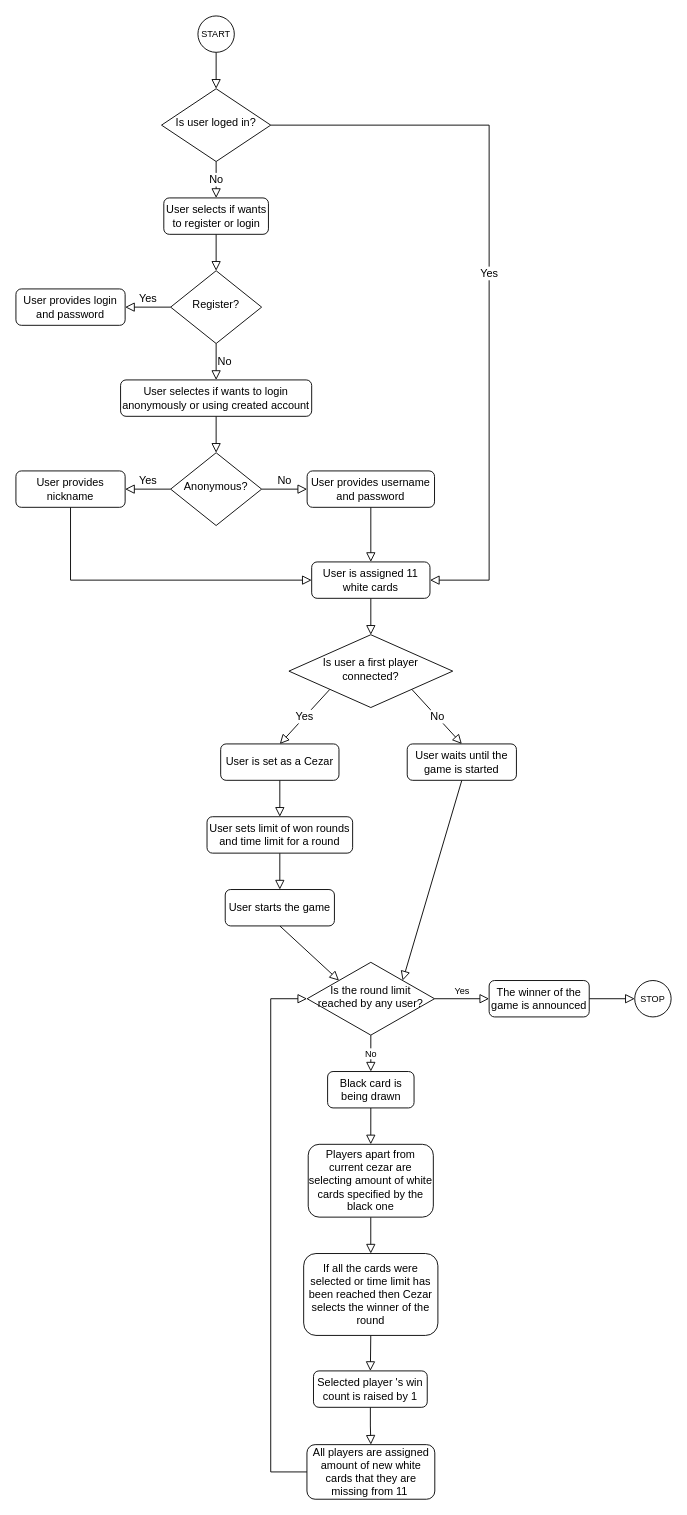
mateuszlapies/studia keeps this draw.io diagram as ztp/projekt/CAH.drawio. Above is the earlier version. Source tidied: cells renumbered, new cells numbered last; positions are measured from the earlier drawing's top-left corner, leaving out a move shared by most shapes. Both pictures are drawn from the tidied source at 91%, with x=0, y=0 at pixel (15, 15).
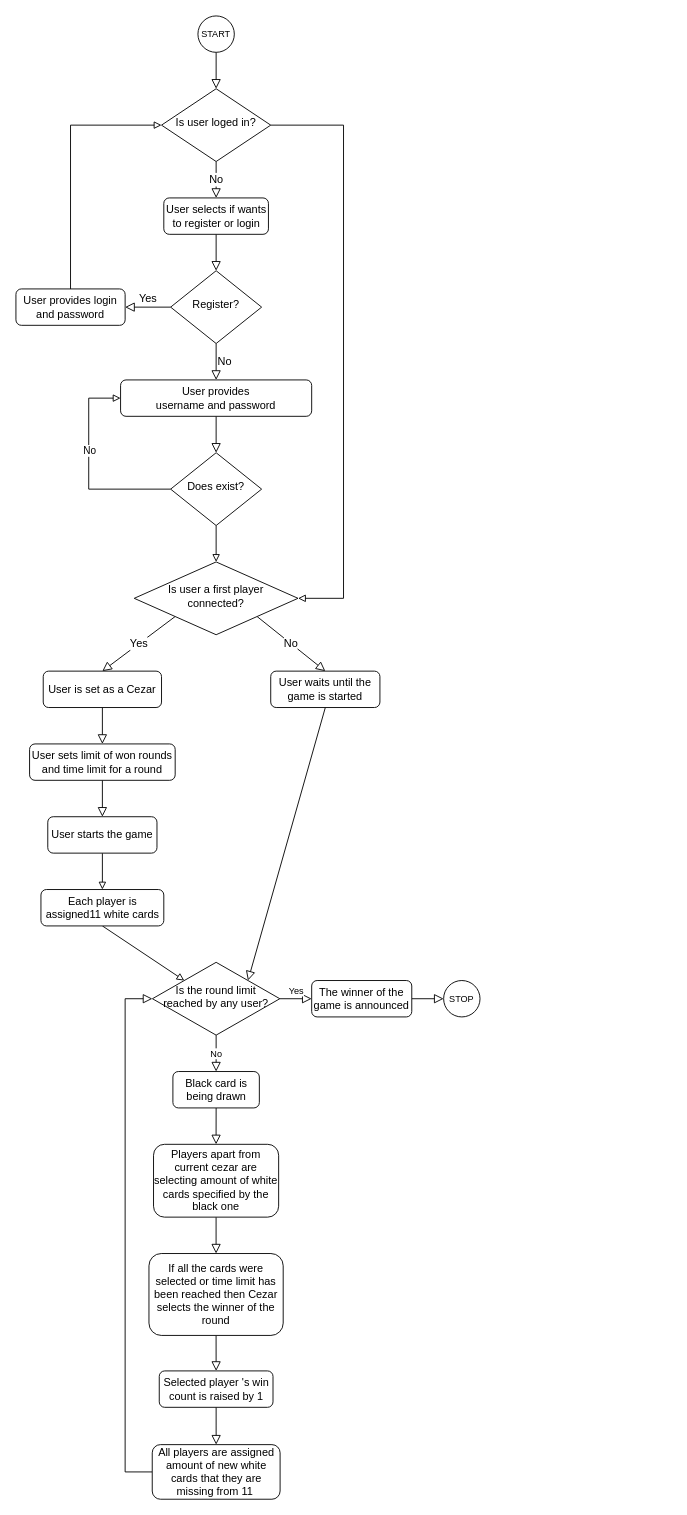
The same page after the edit.

Commit message:
ztp - projekt

CAH.drawio

Unchanged cells that the change refers to:
```xml
<mxCell id="6" value="Is user loged in?" style="rhombus;whiteSpace=wrap;html=1;shadow=0;fontFamily=Helvetica;fontSize=12;align=center;strokeWidth=1;spacing=6;spacingTop=-4;" parent="1" vertex="1">
  <mxGeometry x="160" y="80" width="120" height="80" as="geometry" />
</mxCell>
<mxCell id="12" value="User provides login and password" style="rounded=1;whiteSpace=wrap;html=1;fontSize=12;glass=0;strokeWidth=1;shadow=0;" parent="1" vertex="1">
  <mxGeometry y="300" width="120" height="40" as="geometry" />
</mxCell>
```

What changed in the source:
```diff
@@
-    <mxCell id="5" value="Yes" style="edgeStyle=orthogonalEdgeStyle;rounded=0;jettySize=auto;html=1;exitX=1;exitY=0.5;exitDx=0;exitDy=0;entryX=1;entryY=0.5;entryDx=0;entryDy=0;fontSize=12;endArrow=block;endFill=0;endSize=8;" parent="1" edge="1" source="6" target="30">
-      <mxGeometry relative="1" as="geometry">
-        <Array as="points">
-          <mxPoint x="520" y="120" />
-          <mxPoint x="520" y="620" />
-        </Array>
-      </mxGeometry>
-    </mxCell>
+    <mxCell id="51" style="edgeStyle=orthogonalEdgeStyle;rounded=0;jettySize=auto;html=1;exitX=1;exitY=0.5;exitDx=0;exitDy=0;entryX=1;entryY=0.5;entryDx=0;entryDy=0;endArrow=block;endFill=0;" parent="1" edge="1" source="6" target="24">
+      <mxGeometry relative="1" as="geometry">
+        <Array as="points">
+          <mxPoint x="360" y="120" />
+          <mxPoint x="360" y="640" />
+        </Array>
+      </mxGeometry>
+    </mxCell>
@@
+    <mxCell id="52" style="edgeStyle=orthogonalEdgeStyle;rounded=0;jettySize=auto;html=1;exitX=0.5;exitY=0;exitDx=0;exitDy=0;entryX=0;entryY=0.5;entryDx=0;entryDy=0;endArrow=block;endFill=0;" parent="1" edge="1" source="12" target="6">
+      <mxGeometry relative="1" as="geometry">
+        <Array as="points">
+          <mxPoint x="60" y="120" />
+        </Array>
+      </mxGeometry>
+    </mxCell>
@@
-    <mxCell id="13" style="edgeStyle=orthogonalEdgeStyle;rounded=0;jettySize=auto;html=1;exitX=0.5;exitY=1;exitDx=0;exitDy=0;entryX=0.5;entryY=0;entryDx=0;entryDy=0;fontSize=12;endArrow=block;endFill=0;endSize=8;" parent="1" edge="1" source="14" target="17">
+    <mxCell id="13" style="edgeStyle=orthogonalEdgeStyle;rounded=0;jettySize=auto;html=1;exitX=0.5;exitY=1;exitDx=0;exitDy=0;entryX=0.5;entryY=0;entryDx=0;entryDy=0;fontSize=12;endArrow=block;endFill=0;endSize=8;" parent="1" edge="1" source="14" target="56">
       <mxGeometry relative="1" as="geometry" />
     </mxCell>
-    <mxCell id="14" value="User selectes if wants to login anonymously or using created account" style="rounded=1;whiteSpace=wrap;html=1;fontSize=12;glass=0;strokeWidth=1;shadow=0;" parent="1" vertex="1">
+    <mxCell id="14" value="User provides &lt;br&gt;username and password" style="rounded=1;whiteSpace=wrap;html=1;fontSize=12;glass=0;strokeWidth=1;shadow=0;" parent="1" vertex="1">
       <mxGeometry x="115" y="400" width="210" height="40" as="geometry" />
     </mxCell>
-    <mxCell id="15" value="No" style="edgeStyle=orthogonalEdgeStyle;rounded=0;jettySize=auto;html=1;exitX=1;exitY=0.5;exitDx=0;exitDy=0;entryX=0;entryY=0.5;entryDx=0;entryDy=0;fontSize=12;endArrow=block;endFill=0;endSize=8;labelPosition=center;verticalLabelPosition=top;align=center;verticalAlign=bottom;" parent="1" edge="1" source="17" target="21">
-      <mxGeometry relative="1" as="geometry" />
-    </mxCell>
-    <mxCell id="16" value="Yes" style="edgeStyle=orthogonalEdgeStyle;rounded=0;jettySize=auto;html=1;exitX=0;exitY=0.5;exitDx=0;exitDy=0;entryX=1;entryY=0.5;entryDx=0;entryDy=0;fontSize=12;endArrow=block;endFill=0;endSize=8;labelPosition=center;verticalLabelPosition=top;align=center;verticalAlign=bottom;" parent="1" edge="1" source="17" target="19">
-      <mxGeometry relative="1" as="geometry" />
-    </mxCell>
-    <mxCell id="17" value="Anonymous?" style="rhombus;whiteSpace=wrap;html=1;shadow=0;fontFamily=Helvetica;fontSize=12;align=center;strokeWidth=1;spacing=6;spacingTop=-4;" parent="1" vertex="1">
-      <mxGeometry x="170" y="480" width="100" height="80" as="geometry" />
-    </mxCell>
-    <mxCell id="18" style="edgeStyle=orthogonalEdgeStyle;rounded=0;jettySize=auto;html=1;exitX=0.5;exitY=1;exitDx=0;exitDy=0;entryX=0;entryY=0.5;entryDx=0;entryDy=0;fontSize=12;endArrow=block;endFill=0;endSize=8;" parent="1" edge="1" source="19" target="30">
-      <mxGeometry relative="1" as="geometry" />
-    </mxCell>
-    <mxCell id="19" value="User provides nickname" style="rounded=1;whiteSpace=wrap;html=1;fontSize=12;glass=0;strokeWidth=1;shadow=0;" parent="1" vertex="1">
-      <mxGeometry y="500" width="120" height="40" as="geometry" />
-    </mxCell>
-    <mxCell id="20" style="edgeStyle=orthogonalEdgeStyle;rounded=0;jettySize=auto;html=1;exitX=0.5;exitY=1;exitDx=0;exitDy=0;entryX=0.5;entryY=0;entryDx=0;entryDy=0;fontSize=12;endArrow=block;endFill=0;endSize=8;" parent="1" edge="1" source="21" target="30">
-      <mxGeometry relative="1" as="geometry" />
-    </mxCell>
-    <mxCell id="21" value="User provides username and password" style="rounded=1;whiteSpace=wrap;html=1;fontSize=12;glass=0;strokeWidth=1;shadow=0;" parent="1" vertex="1">
-      <mxGeometry x="320" y="500" width="140" height="40" as="geometry" />
-    </mxCell>
@@
     <mxCell id="24" value="Is user a first player connected?" style="rhombus;whiteSpace=wrap;html=1;shadow=0;fontFamily=Helvetica;fontSize=12;align=center;strokeWidth=1;spacing=6;spacingTop=-4;verticalAlign=middle;" parent="1" vertex="1">
-      <mxGeometry x="300" y="680" width="180" height="80" as="geometry" />
+      <mxGeometry x="130" y="600" width="180" height="80" as="geometry" />
     </mxCell>
@@
     <mxCell id="26" value="User is set as a Cezar" style="rounded=1;whiteSpace=wrap;html=1;fontSize=12;" parent="1" vertex="1">
-      <mxGeometry x="225" y="800" width="130" height="40" as="geometry" />
+      <mxGeometry x="30" y="720" width="130" height="40" as="geometry" />
     </mxCell>
@@
     <mxCell id="28" value="User waits until the game is started" style="rounded=1;whiteSpace=wrap;html=1;fontSize=12;" parent="1" vertex="1">
-      <mxGeometry x="430" y="800" width="120" height="40" as="geometry" />
+      <mxGeometry x="280" y="720" width="120" height="40" as="geometry" />
     </mxCell>
-    <mxCell id="29" style="edgeStyle=orthogonalEdgeStyle;rounded=0;jettySize=auto;html=1;exitX=0.5;exitY=1;exitDx=0;exitDy=0;entryX=0.5;entryY=0;entryDx=0;entryDy=0;fontSize=12;endArrow=block;endFill=0;endSize=8;" parent="1" edge="1" source="30" target="24">
-      <mxGeometry relative="1" as="geometry" />
-    </mxCell>
-    <mxCell id="30" value="User is assigned 11 white cards" style="rounded=1;whiteSpace=wrap;html=1;fontSize=12;glass=0;strokeWidth=1;shadow=0;" parent="1" vertex="1">
-      <mxGeometry x="325" y="600" width="130" height="40" as="geometry" />
-    </mxCell>
@@
     <mxCell id="32" value="User sets limit of won rounds and time limit for a round" style="rounded=1;whiteSpace=wrap;html=1;fontSize=12;" parent="1" vertex="1">
-      <mxGeometry x="210" y="880" width="160" height="40" as="geometry" />
+      <mxGeometry x="15" y="800" width="160" height="40" as="geometry" />
     </mxCell>
-    <mxCell id="33" style="rounded=0;jettySize=auto;html=1;exitX=0.5;exitY=1;exitDx=0;exitDy=0;entryX=0;entryY=0;entryDx=0;entryDy=0;fontSize=12;endArrow=block;endFill=0;endSize=8;" parent="1" edge="1" source="34" target="37">
-      <mxGeometry relative="1" as="geometry" />
-    </mxCell>
+    <mxCell id="53" style="edgeStyle=orthogonalEdgeStyle;rounded=0;jettySize=auto;html=1;exitX=0.5;exitY=1;exitDx=0;exitDy=0;entryX=0.5;entryY=0;entryDx=0;entryDy=0;endArrow=block;endFill=0;" parent="1" edge="1" source="34" target="58">
+      <mxGeometry relative="1" as="geometry" />
+    </mxCell>
     <mxCell id="34" value="User starts the game" style="rounded=1;whiteSpace=wrap;html=1;fontSize=12;" parent="1" vertex="1">
-      <mxGeometry x="230" y="960" width="120" height="40" as="geometry" />
+      <mxGeometry x="35" y="880" width="120" height="40" as="geometry" />
     </mxCell>
@@
     <mxCell id="37" value="Is the round limit reached by any user?" style="rhombus;whiteSpace=wrap;html=1;shadow=0;fontFamily=Helvetica;fontSize=12;align=center;strokeWidth=1;spacing=6;spacingTop=-4;" parent="1" vertex="1">
-      <mxGeometry x="320" y="1040" width="140" height="80" as="geometry" />
+      <mxGeometry x="150" y="1040" width="140" height="80" as="geometry" />
     </mxCell>
@@
     <mxCell id="39" value="Black card is being drawn" style="rounded=1;whiteSpace=wrap;html=1;fontSize=12;verticalAlign=middle;" parent="1" vertex="1">
-      <mxGeometry x="342.5" y="1160" width="95" height="40" as="geometry" />
+      <mxGeometry x="172.5" y="1160" width="95" height="40" as="geometry" />
     </mxCell>
     <mxCell id="40" value="&lt;font style=&quot;font-size: 10px&quot;&gt;STOP&lt;/font&gt;" style="ellipse;whiteSpace=wrap;html=1;fontSize=12;verticalAlign=middle;" parent="1" vertex="1">
-      <mxGeometry x="680" y="1060" width="40" height="40" as="geometry" />
+      <mxGeometry x="470" y="1060" width="40" height="40" as="geometry" />
     </mxCell>
@@
     <mxCell id="42" value="The winner of the game is announced" style="rounded=1;whiteSpace=wrap;html=1;fontSize=12;verticalAlign=middle;" parent="1" vertex="1">
-      <mxGeometry x="520" y="1060" width="110" height="40" as="geometry" />
+      <mxGeometry x="325" y="1060" width="110" height="40" as="geometry" />
     </mxCell>
@@
     <mxCell id="44" value="Players apart from current cezar are selecting amount of white cards specified by the black one" style="rounded=1;whiteSpace=wrap;html=1;fontSize=12;verticalAlign=middle;" parent="1" vertex="1">
-      <mxGeometry x="321.2" y="1240" width="137.5" height="80" as="geometry" />
+      <mxGeometry x="151.2" y="1240" width="137.5" height="80" as="geometry" />
     </mxCell>
@@
     <mxCell id="46" value="If all the cards were selected or time limit has been reached then Cezar selects the winner of the round" style="rounded=1;whiteSpace=wrap;html=1;fontSize=12;verticalAlign=middle;" parent="1" vertex="1">
-      <mxGeometry x="316.2" y="1360" width="147.5" height="90" as="geometry" />
+      <mxGeometry x="146.2" y="1360" width="147.5" height="90" as="geometry" />
     </mxCell>
@@
     <mxCell id="48" value="&lt;font style=&quot;font-size: 12px&quot;&gt;Selected player 's win count is raised by 1&lt;/font&gt;" style="rounded=1;whiteSpace=wrap;html=1;fontSize=10;verticalAlign=middle;" parent="1" vertex="1">
-      <mxGeometry x="327" y="1489" width="125" height="40" as="geometry" />
+      <mxGeometry x="157.5" y="1489" width="125" height="40" as="geometry" />
     </mxCell>
     <mxCell id="49" style="edgeStyle=orthogonalEdgeStyle;rounded=0;jettySize=auto;html=1;exitX=0;exitY=0.5;exitDx=0;exitDy=0;entryX=0;entryY=0.5;entryDx=0;entryDy=0;fontSize=12;endArrow=block;endFill=0;endSize=8;" parent="1" edge="1" source="50" target="37">
       <mxGeometry relative="1" as="geometry">
         <Array as="points">
-          <mxPoint x="280" y="1600" />
-          <mxPoint x="280" y="1080" />
+          <mxPoint x="120" y="1600" />
+          <mxPoint x="120" y="1080" />
         </Array>
       </mxGeometry>
     </mxCell>
     <mxCell id="50" value="All players are assigned amount of new white cards that they are missing from 11&amp;nbsp;" style="rounded=1;whiteSpace=wrap;html=1;fontSize=12;verticalAlign=middle;" parent="1" vertex="1">
-      <mxGeometry x="319.8" y="1570" width="140.5" height="60" as="geometry" />
+      <mxGeometry x="149.8" y="1570" width="140.5" height="60" as="geometry" />
     </mxCell>
+    <mxCell id="54" style="edgeStyle=orthogonalEdgeStyle;rounded=0;jettySize=auto;html=1;exitX=0;exitY=0.5;exitDx=0;exitDy=0;entryX=0;entryY=0.5;entryDx=0;entryDy=0;endArrow=block;endFill=0;" parent="1" edge="1" source="56" target="14">
+      <mxGeometry relative="1" as="geometry">
+        <Array as="points">
+          <mxPoint x="80" y="520" />
+          <mxPoint x="80" y="420" />
+        </Array>
+      </mxGeometry>
+    </mxCell>
+    <mxCell id="15" value="No" style="edgeLabel;html=1;align=center;verticalAlign=middle;" parent="54" vertex="1">
+      <mxGeometry x="0.18" relative="1" as="geometry" />
+    </mxCell>
+    <mxCell id="55" style="edgeStyle=orthogonalEdgeStyle;rounded=0;jettySize=auto;html=1;exitX=0.5;exitY=1;exitDx=0;exitDy=0;entryX=0.5;entryY=0;entryDx=0;entryDy=0;endArrow=block;endFill=0;" parent="1" edge="1" source="56" target="24">
+      <mxGeometry relative="1" as="geometry" />
+    </mxCell>
+    <mxCell id="56" value="Does exist?" style="rhombus;whiteSpace=wrap;html=1;shadow=0;fontFamily=Helvetica;fontSize=12;align=center;strokeWidth=1;spacing=6;spacingTop=-4;" parent="1" vertex="1">
+      <mxGeometry x="170" y="480" width="100" height="80" as="geometry" />
+    </mxCell>
+    <mxCell id="57" style="rounded=0;jettySize=auto;html=1;exitX=0.5;exitY=1;exitDx=0;exitDy=0;entryX=0;entryY=0;entryDx=0;entryDy=0;endArrow=block;endFill=0;" parent="1" edge="1" source="58" target="37">
+      <mxGeometry relative="1" as="geometry" />
+    </mxCell>
+    <mxCell id="58" value="Each player is assigned11 white cards" style="rounded=1;whiteSpace=wrap;html=1;fontSize=12;" parent="1" vertex="1">
+      <mxGeometry x="27.5" y="960" width="135" height="40" as="geometry" />
+    </mxCell>
```
